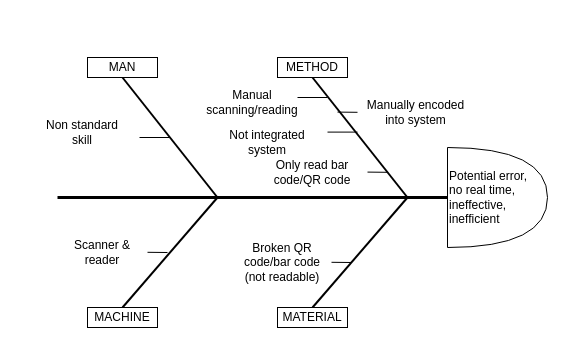
This is Fishbone IoT.drawio from ariesharry/Diagrams, a draw.io file, before an edit. Source tidied: cells renumbered, new cells numbered last; positions are measured from the earlier drawing's top-left corner, leaving out a move shared by most shapes. Both pictures are drawn from the tidied source at 100%, with x=0, y=0 at pixel (37, 57).
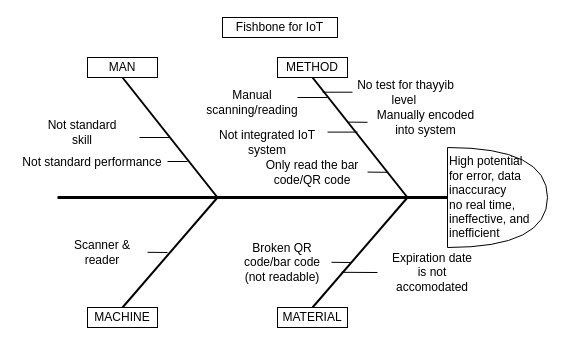
The same diagram, later.

The edit, as a diff of the source:
```diff
@@
-    <mxCell id="11" value="Potential error, &lt;br&gt;no real time, ineffective, inefficient" style="shape=or;whiteSpace=wrap;html=1;align=left;" parent="1" vertex="1">
+    <mxCell id="11" value="High potential&lt;br&gt;for error, data inaccuracy&lt;br&gt;no real time, ineffective, and inefficient" style="shape=or;whiteSpace=wrap;html=1;align=left;" parent="1" vertex="1">
       <mxGeometry x="410" y="90" width="100" height="100" as="geometry" />
     </mxCell>
-    <mxCell id="12" value="Non standard skill" style="text;html=1;strokeColor=none;fillColor=none;align=center;verticalAlign=middle;whiteSpace=wrap;rounded=0;" parent="1" vertex="1">
+    <mxCell id="12" value="Not standard skill" style="text;html=1;strokeColor=none;fillColor=none;align=center;verticalAlign=middle;whiteSpace=wrap;rounded=0;" parent="1" vertex="1">
       <mxGeometry y="60" width="90" height="30" as="geometry" />
     </mxCell>
@@
-    <mxCell id="14" value="Not integrated system" style="text;html=1;strokeColor=none;fillColor=none;align=center;verticalAlign=middle;whiteSpace=wrap;rounded=0;" parent="1" vertex="1">
+    <mxCell id="14" value="Not integrated IoT system" style="text;html=1;strokeColor=none;fillColor=none;align=center;verticalAlign=middle;whiteSpace=wrap;rounded=0;" parent="1" vertex="1">
       <mxGeometry x="180" y="70" width="100" height="30" as="geometry" />
     </mxCell>
     <mxCell id="15" value="Manually encoded into system" style="text;html=1;strokeColor=none;fillColor=none;align=center;verticalAlign=middle;whiteSpace=wrap;rounded=0;" parent="1" vertex="1">
-      <mxGeometry x="320" y="40" width="117" height="30" as="geometry" />
+      <mxGeometry x="330" y="50" width="117" height="30" as="geometry" />
     </mxCell>
@@
-    <mxCell id="19" value="Only read bar code/QR code" style="text;html=1;strokeColor=none;fillColor=none;align=center;verticalAlign=middle;whiteSpace=wrap;rounded=0;" parent="1" vertex="1">
+    <mxCell id="19" value="Only read the bar code/QR code" style="text;html=1;strokeColor=none;fillColor=none;align=center;verticalAlign=middle;whiteSpace=wrap;rounded=0;" parent="1" vertex="1">
       <mxGeometry x="220" y="100" width="110" height="30" as="geometry" />
     </mxCell>
@@
     <mxCell id="23" style="endArrow=none;html=1;rounded=0;" parent="1" edge="1">
       <mxGeometry relative="1" as="geometry">
-        <mxPoint x="300" y="54.6" as="sourcePoint" />
-        <mxPoint x="320" y="54.8" as="targetPoint" />
+        <mxPoint x="310" y="64.6" as="sourcePoint" />
+        <mxPoint x="330" y="64.8" as="targetPoint" />
       </mxGeometry>
     </mxCell>
@@
+    <mxCell id="27" value="Fishbone for IoT" style="text;html=1;strokeColor=default;fillColor=none;align=center;verticalAlign=middle;whiteSpace=wrap;rounded=0;" parent="1" vertex="1">
+      <mxGeometry x="185" y="-40" width="115" height="20" as="geometry" />
+    </mxCell>
+    <mxCell id="28" value="Not standard performance" style="text;html=1;strokeColor=none;fillColor=none;align=center;verticalAlign=middle;whiteSpace=wrap;rounded=0;" parent="1" vertex="1">
+      <mxGeometry x="-20" y="90" width="150" height="30" as="geometry" />
+    </mxCell>
+    <mxCell id="29" style="endArrow=none;html=1;rounded=0;strokeWidth=1;" parent="1" edge="1">
+      <mxGeometry relative="1" as="geometry">
+        <mxPoint x="130" y="104" as="sourcePoint" />
+        <mxPoint x="150" y="104" as="targetPoint" />
+      </mxGeometry>
+    </mxCell>
+    <mxCell id="30" value="No test for thayyib level&amp;nbsp;" style="text;html=1;strokeColor=none;fillColor=none;align=center;verticalAlign=middle;whiteSpace=wrap;rounded=0;" parent="1" vertex="1">
+      <mxGeometry x="310" y="20" width="117" height="30" as="geometry" />
+    </mxCell>
+    <mxCell id="31" style="endArrow=none;html=1;rounded=0;" parent="1" edge="1">
+      <mxGeometry relative="1" as="geometry">
+        <mxPoint x="285" y="34.7" as="sourcePoint" />
+        <mxPoint x="315" y="34.7" as="targetPoint" />
+      </mxGeometry>
+    </mxCell>
+    <mxCell id="32" value="Expiration date is not accomodated" style="text;html=1;strokeColor=none;fillColor=none;align=center;verticalAlign=middle;whiteSpace=wrap;rounded=0;" parent="1" vertex="1">
+      <mxGeometry x="350" y="200" width="90" height="30" as="geometry" />
+    </mxCell>
+    <mxCell id="33" style="endArrow=none;html=1;rounded=0;" parent="1" edge="1">
+      <mxGeometry relative="1" as="geometry">
+        <mxPoint x="304" y="214.8" as="sourcePoint" />
+        <mxPoint x="340" y="215" as="targetPoint" />
+      </mxGeometry>
+    </mxCell>
```
